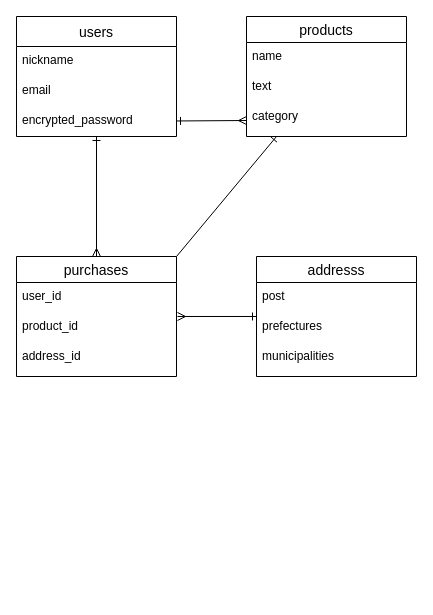
yutasato21/furima-37234 keeps this draw.io diagram as furima.dio. Above is the earlier version. Source tidied: cells renumbered, new cells numbered last; positions are measured from the earlier drawing's top-left corner, leaving out a move shared by most shapes. Both pictures are drawn from the tidied source at 100%, with x=0, y=0 at pixel (16, 16).
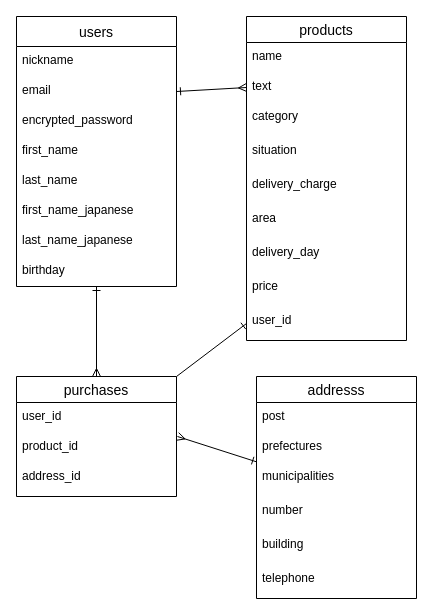
After the change.

Commit message:
ER図カラム追加

The change refers to these unchanged cells:
```xml
<mxCell id="5" value="email" style="text;strokeColor=none;fillColor=none;spacingLeft=4;spacingRight=4;overflow=hidden;points=[[0,0.5],[1,0.5]];portConstraint=eastwest;fontSize=12;" parent="3" vertex="1">
  <mxGeometry y="60" width="160" height="30" as="geometry" />
</mxCell>
<mxCell id="10" value="text" style="text;strokeColor=none;fillColor=none;spacingLeft=4;spacingRight=4;overflow=hidden;points=[[0,0.5],[1,0.5]];portConstraint=eastwest;fontSize=12;" parent="8" vertex="1">
  <mxGeometry y="56" width="160" height="30" as="geometry" />
</mxCell>
```

What changed in the source:
```diff
@@
-    <mxCell id="3" value="users" style="swimlane;fontStyle=0;horizontal=1;startSize=30;align=center;fontSize=14;" parent="1" vertex="1">
-      <mxGeometry width="160" height="120" as="geometry" />
+    <mxCell id="3" value="users" style="swimlane;fontStyle=0;horizontal=1;startSize=30;align=center;fontSize=14;direction=east;" parent="1" vertex="1">
+      <mxGeometry width="160" height="270" as="geometry" />
     </mxCell>
@@
+    <mxCell id="22" value="encrypted_password" style="text;strokeColor=none;fillColor=none;spacingLeft=4;spacingRight=4;overflow=hidden;fontSize=12;" parent="3" vertex="1">
+      <mxGeometry y="90" width="160" height="30" as="geometry" />
+    </mxCell>
+    <mxCell id="23" value="first_name" style="text;strokeColor=none;fillColor=none;spacingLeft=4;spacingRight=4;overflow=hidden;fontSize=12;" parent="3" vertex="1">
+      <mxGeometry y="120" width="160" height="30" as="geometry" />
+    </mxCell>
+    <mxCell id="24" value="last_name" style="text;strokeColor=none;fillColor=none;spacingLeft=4;spacingRight=4;overflow=hidden;fontSize=12;" parent="3" vertex="1">
+      <mxGeometry y="150" width="160" height="30" as="geometry" />
+    </mxCell>
+    <mxCell id="25" value="first_name_japanese" style="text;strokeColor=none;fillColor=none;spacingLeft=4;spacingRight=4;overflow=hidden;fontSize=12;" parent="3" vertex="1">
+      <mxGeometry y="180" width="160" height="30" as="geometry" />
+    </mxCell>
+    <mxCell id="26" value="last_name_japanese" style="text;strokeColor=none;fillColor=none;spacingLeft=4;spacingRight=4;overflow=hidden;fontSize=12;" parent="3" vertex="1">
+      <mxGeometry y="210" width="160" height="30" as="geometry" />
+    </mxCell>
-    <mxCell id="6" value="encrypted_password" style="text;strokeColor=none;fillColor=none;spacingLeft=4;spacingRight=4;overflow=hidden;points=[[0,0.5],[1,0.5]];portConstraint=eastwest;fontSize=12;" parent="3" vertex="1">
-      <mxGeometry y="90" width="160" height="30" as="geometry" />
+    <mxCell id="6" value="birthday" style="text;strokeColor=none;fillColor=none;spacingLeft=4;spacingRight=4;overflow=hidden;points=[[0,0.5],[1,0.5]];portConstraint=eastwest;fontSize=12;" parent="3" vertex="1">
+      <mxGeometry y="240" width="160" height="30" as="geometry" />
     </mxCell>
-    <mxCell id="7" style="edgeStyle=none;html=1;entryX=1;entryY=0;entryDx=0;entryDy=0;startArrow=ERone;startFill=0;endArrow=none;endFill=0;" parent="1" edge="1" source="8" target="12">
+    <mxCell id="7" style="edgeStyle=none;html=1;entryX=1;entryY=0;entryDx=0;entryDy=0;startArrow=ERone;startFill=0;endArrow=none;endFill=0;exitX=0;exitY=0.5;exitDx=0;exitDy=0;" parent="1" edge="1" source="32" target="12">
       <mxGeometry relative="1" as="geometry" />
     </mxCell>
     <mxCell id="8" value="products" style="swimlane;fontStyle=0;horizontal=1;startSize=26;align=center;fontSize=14;" parent="1" vertex="1">
-      <mxGeometry x="230" width="160" height="120" as="geometry" />
+      <mxGeometry x="230" width="160" height="324" as="geometry" />
     </mxCell>
@@
+    <mxCell id="27" value="situation" style="text;strokeColor=none;fillColor=none;spacingLeft=4;spacingRight=4;overflow=hidden;fontSize=12;" parent="8" vertex="1">
+      <mxGeometry y="120" width="160" height="34" as="geometry" />
+    </mxCell>
+    <mxCell id="28" value="delivery_charge" style="text;strokeColor=none;fillColor=none;spacingLeft=4;spacingRight=4;overflow=hidden;fontSize=12;" parent="8" vertex="1">
+      <mxGeometry y="154" width="160" height="34" as="geometry" />
+    </mxCell>
+    <mxCell id="29" value="area" style="text;strokeColor=none;fillColor=none;spacingLeft=4;spacingRight=4;overflow=hidden;fontSize=12;" parent="8" vertex="1">
+      <mxGeometry y="188" width="160" height="34" as="geometry" />
+    </mxCell>
+    <mxCell id="30" value="delivery_day" style="text;strokeColor=none;fillColor=none;spacingLeft=4;spacingRight=4;overflow=hidden;fontSize=12;" parent="8" vertex="1">
+      <mxGeometry y="222" width="160" height="34" as="geometry" />
+    </mxCell>
+    <mxCell id="31" value="price" style="text;strokeColor=none;fillColor=none;spacingLeft=4;spacingRight=4;overflow=hidden;fontSize=12;" parent="8" vertex="1">
+      <mxGeometry y="256" width="160" height="34" as="geometry" />
+    </mxCell>
+    <mxCell id="32" value="user_id" style="text;strokeColor=none;fillColor=none;spacingLeft=4;spacingRight=4;overflow=hidden;points=[[0,0.5],[1,0.5]];portConstraint=eastwest;fontSize=12;" parent="8" vertex="1">
+      <mxGeometry y="290" width="160" height="34" as="geometry" />
+    </mxCell>
     <mxCell id="12" value="purchases" style="swimlane;fontStyle=0;horizontal=1;startSize=26;align=center;fontSize=14;" parent="1" vertex="1">
-      <mxGeometry y="240" width="160" height="120" as="geometry" />
+      <mxGeometry y="360" width="160" height="120" as="geometry" />
     </mxCell>
@@
     <mxCell id="17" value="addresss" style="swimlane;fontStyle=0;horizontal=1;startSize=26;align=center;fontSize=14;" parent="1" vertex="1">
-      <mxGeometry x="240" y="240" width="160" height="120" as="geometry" />
+      <mxGeometry x="240" y="360" width="160" height="222" as="geometry" />
     </mxCell>
@@
+    <mxCell id="33" value="number" style="text;strokeColor=none;fillColor=none;spacingLeft=4;spacingRight=4;overflow=hidden;fontSize=12;" parent="17" vertex="1">
+      <mxGeometry y="120" width="160" height="34" as="geometry" />
+    </mxCell>
+    <mxCell id="34" value="building" style="text;strokeColor=none;fillColor=none;spacingLeft=4;spacingRight=4;overflow=hidden;fontSize=12;" parent="17" vertex="1">
+      <mxGeometry y="154" width="160" height="34" as="geometry" />
+    </mxCell>
+    <mxCell id="35" value="telephone" style="text;strokeColor=none;fillColor=none;spacingLeft=4;spacingRight=4;overflow=hidden;fontSize=12;" parent="17" vertex="1">
+      <mxGeometry y="188" width="160" height="34" as="geometry" />
+    </mxCell>
-    <mxCell id="21" style="edgeStyle=none;html=1;endArrow=ERmany;endFill=0;startArrow=ERone;startFill=0;" parent="1" edge="1" source="6">
-      <mxGeometry relative="1" as="geometry">
-        <mxPoint x="230" y="104" as="targetPoint" />
-      </mxGeometry>
+    <mxCell id="21" style="edgeStyle=none;html=1;endArrow=ERmany;endFill=0;startArrow=ERone;startFill=0;exitX=1;exitY=0.5;exitDx=0;exitDy=0;entryX=0;entryY=0.5;entryDx=0;entryDy=0;" parent="1" edge="1" source="5" target="10">
+      <mxGeometry relative="1" as="geometry" />
     </mxCell>
```
